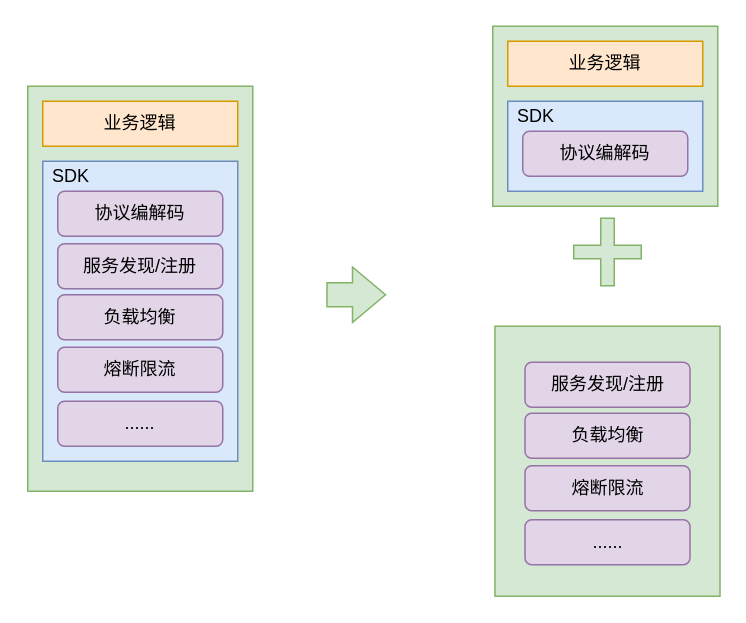
This is Untitled Diagram.drawio from panniyuyu/think-dast-zh, a draw.io file, before an edit. Source tidied: cells renumbered, new cells numbered last; positions are measured from the earlier drawing's top-left corner, leaving out a move shared by most shapes. Both pictures are drawn from the tidied source at 150%, with x=0, y=0 at pixel (26, 26).
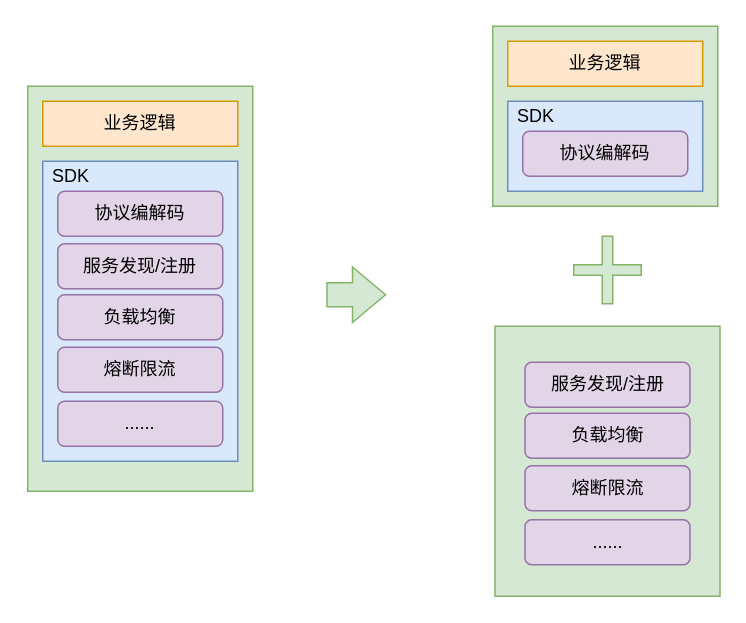
The same diagram, later.

Change to the diagram source:
```diff
@@
-    <mxCell id="22" style="shape=cross;whiteSpace=wrap;html=1;fillColor=#d5e8d4;strokeColor=#82b366;" parent="1" vertex="1">
-      <mxGeometry x="365" y="128" width="45" height="45" as="geometry" />
+    <mxCell id="22" style="shape=cross;whiteSpace=wrap;html=1;fillColor=#d5e8d4;strokeColor=#82b366;size=0.15555555555555556;" parent="1" vertex="1">
+      <mxGeometry x="365" y="140" width="45" height="45" as="geometry" />
     </mxCell>
```
